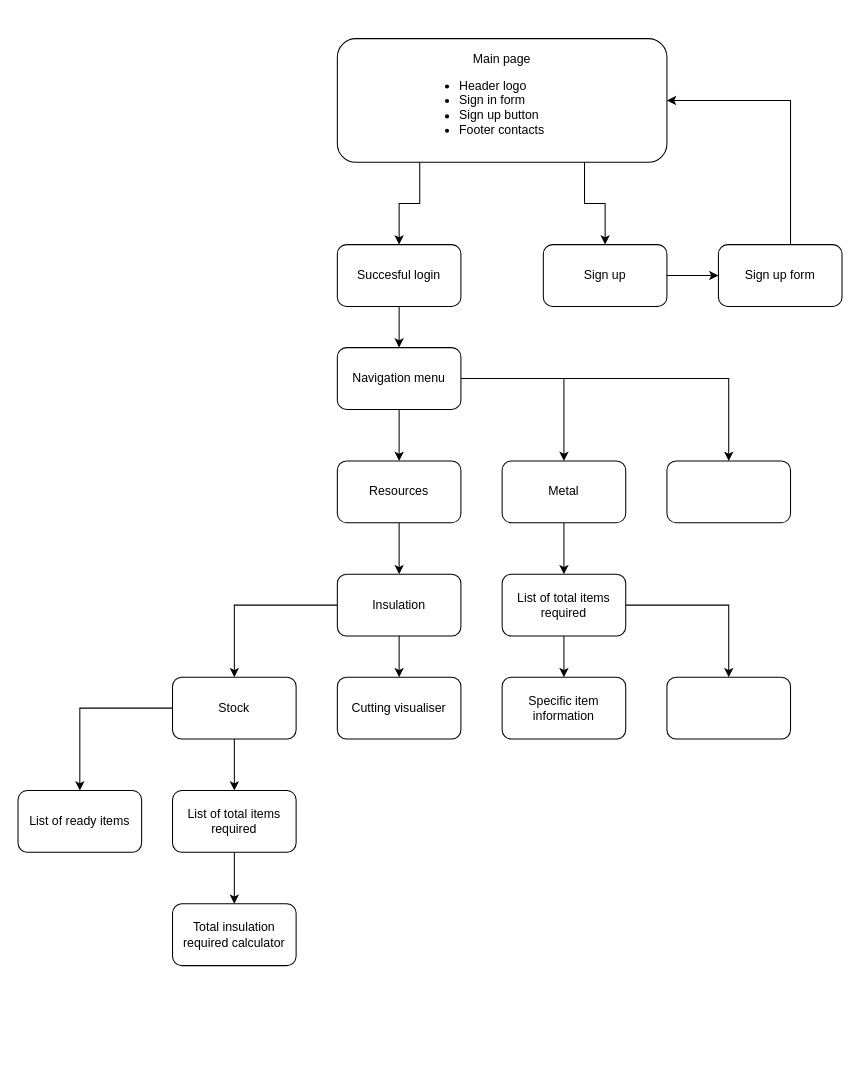
Earlier version of the draw.io diagram Диаграмма без названия.drawio (bambiq9/draw.io). Source tidied: cells renumbered, new cells numbered last; positions are measured from the earlier drawing's top-left corner, leaving out a move shared by most shapes. Both pictures are drawn from the tidied source at 103%, with x=0, y=0 at pixel (18, 38).
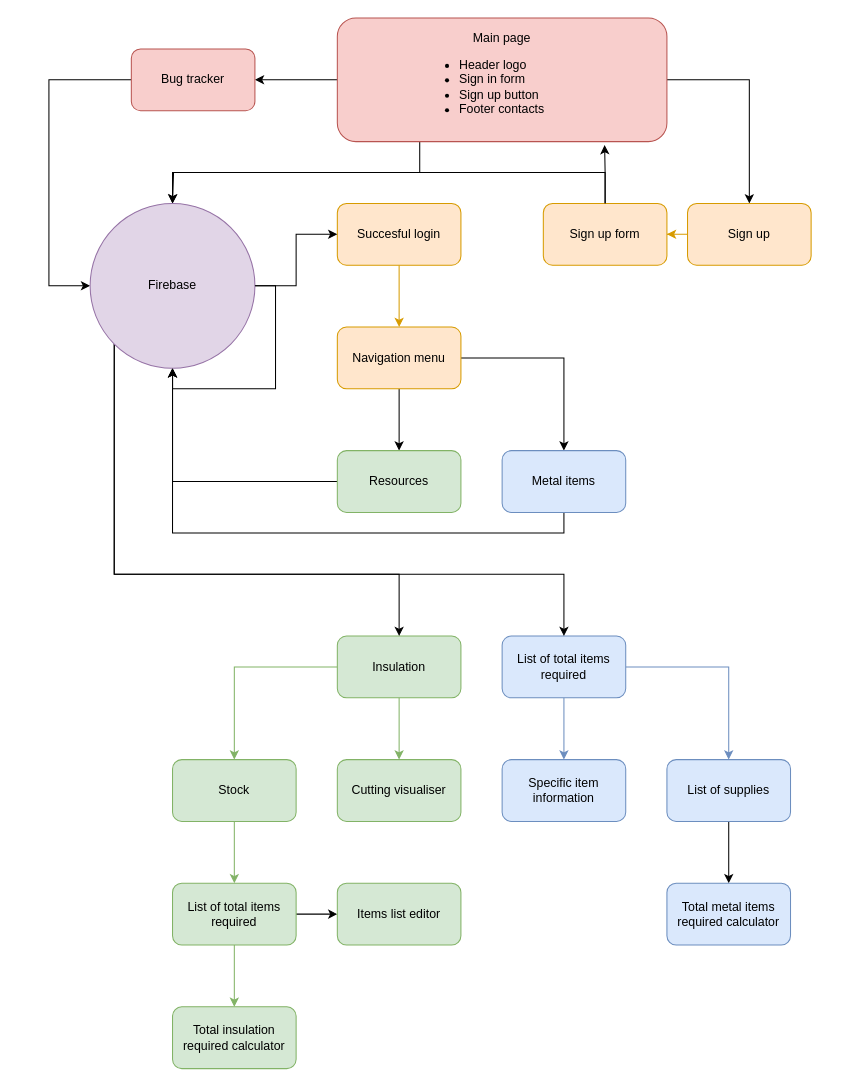
The same diagram, later.

What changed in the source:
```diff
@@
-    <mxCell id="2" style="edgeStyle=orthogonalEdgeStyle;rounded=0;jettySize=auto;html=1;exitX=0.25;exitY=1;exitDx=0;exitDy=0;entryX=0.5;entryY=0;entryDx=0;entryDy=0;" parent="1" edge="1" source="4" target="6">
-      <mxGeometry relative="1" as="geometry" />
-    </mxCell>
+    <mxCell id="36" style="edgeStyle=orthogonalEdgeStyle;rounded=0;jettySize=auto;html=1;" parent="1" edge="1" source="4" target="44">
+      <mxGeometry relative="1" as="geometry" />
+    </mxCell>
+    <mxCell id="37" style="edgeStyle=orthogonalEdgeStyle;rounded=0;jettySize=auto;html=1;exitX=0.25;exitY=1;exitDx=0;exitDy=0;" parent="1" edge="1" source="4" target="50">
+      <mxGeometry relative="1" as="geometry" />
+    </mxCell>
-    <mxCell id="3" style="edgeStyle=orthogonalEdgeStyle;rounded=0;jettySize=auto;html=1;exitX=0.75;exitY=1;exitDx=0;exitDy=0;entryX=0.5;entryY=0;entryDx=0;entryDy=0;" parent="1" edge="1" source="4" target="8">
+    <mxCell id="3" style="edgeStyle=orthogonalEdgeStyle;rounded=0;jettySize=auto;html=1;exitX=1;exitY=0.5;exitDx=0;exitDy=0;entryX=0.5;entryY=0;entryDx=0;entryDy=0;" parent="1" edge="1" source="4" target="8">
       <mxGeometry relative="1" as="geometry" />
     </mxCell>
-    <mxCell id="4" value="Main page&lt;br&gt;&lt;ul style=&quot;padding-left: 0px;&quot;&gt;&lt;li style=&quot;text-align: left;&quot;&gt;Header logo&lt;/li&gt;&lt;li style=&quot;text-align: left;&quot;&gt;Sign in form&lt;/li&gt;&lt;li style=&quot;text-align: left;&quot;&gt;Sign up button&lt;/li&gt;&lt;li style=&quot;text-align: left;&quot;&gt;Footer contacts&lt;/li&gt;&lt;/ul&gt;" style="rounded=1;whiteSpace=wrap;html=1;align=center;" parent="1" vertex="1">
-      <mxGeometry x="310" width="320" height="120" as="geometry" />
+    <mxCell id="4" value="Main page&lt;br&gt;&lt;ul style=&quot;padding-left: 0px;&quot;&gt;&lt;li style=&quot;text-align: left;&quot;&gt;Header logo&lt;/li&gt;&lt;li style=&quot;text-align: left;&quot;&gt;Sign in form&lt;/li&gt;&lt;li style=&quot;text-align: left;&quot;&gt;Sign up button&lt;/li&gt;&lt;li style=&quot;text-align: left;&quot;&gt;Footer contacts&lt;/li&gt;&lt;/ul&gt;" style="rounded=1;whiteSpace=wrap;html=1;align=center;fillColor=#f8cecc;strokeColor=#b85450;" parent="1" vertex="1">
+      <mxGeometry x="310" y="-20" width="320" height="120" as="geometry" />
     </mxCell>
-    <mxCell id="5" style="edgeStyle=orthogonalEdgeStyle;rounded=0;jettySize=auto;html=1;" parent="1" edge="1" source="6" target="12">
+    <mxCell id="5" style="edgeStyle=orthogonalEdgeStyle;rounded=0;jettySize=auto;html=1;fillColor=#ffe6cc;strokeColor=#d79b00;" parent="1" edge="1" source="6" target="12">
       <mxGeometry relative="1" as="geometry" />
     </mxCell>
-    <mxCell id="6" value="Succesful login" style="rounded=1;whiteSpace=wrap;html=1;" parent="1" vertex="1">
-      <mxGeometry x="310" y="200" width="120" height="60" as="geometry" />
+    <mxCell id="6" value="Succesful login" style="rounded=1;whiteSpace=wrap;html=1;fillColor=#ffe6cc;strokeColor=#d79b00;" parent="1" vertex="1">
+      <mxGeometry x="310" y="160" width="120" height="60" as="geometry" />
     </mxCell>
-    <mxCell id="7" style="edgeStyle=orthogonalEdgeStyle;rounded=0;jettySize=auto;html=1;" parent="1" edge="1" source="8" target="14">
+    <mxCell id="7" style="edgeStyle=orthogonalEdgeStyle;rounded=0;jettySize=auto;html=1;fillColor=#ffe6cc;strokeColor=#d79b00;" parent="1" edge="1" source="8" target="14">
       <mxGeometry relative="1" as="geometry" />
     </mxCell>
-    <mxCell id="8" value="Sign up" style="rounded=1;whiteSpace=wrap;html=1;" parent="1" vertex="1">
-      <mxGeometry x="510" y="200" width="120" height="60" as="geometry" />
+    <mxCell id="8" value="Sign up" style="rounded=1;whiteSpace=wrap;html=1;fillColor=#ffe6cc;strokeColor=#d79b00;" parent="1" vertex="1">
+      <mxGeometry x="650" y="160" width="120" height="60" as="geometry" />
     </mxCell>
@@
-    <mxCell id="11" style="edgeStyle=orthogonalEdgeStyle;rounded=0;jettySize=auto;html=1;" parent="1" edge="1" source="12" target="19">
-      <mxGeometry relative="1" as="geometry" />
-    </mxCell>
-    <mxCell id="12" value="Navigation menu" style="whiteSpace=wrap;html=1;rounded=1;" parent="1" vertex="1">
-      <mxGeometry x="310" y="300" width="120" height="60" as="geometry" />
+    <mxCell id="12" value="Navigation menu" style="whiteSpace=wrap;html=1;rounded=1;fillColor=#ffe6cc;strokeColor=#d79b00;" parent="1" vertex="1">
+      <mxGeometry x="310" y="280" width="120" height="60" as="geometry" />
     </mxCell>
-    <mxCell id="13" style="edgeStyle=orthogonalEdgeStyle;rounded=0;jettySize=auto;html=1;entryX=1;entryY=0.5;entryDx=0;entryDy=0;" parent="1" edge="1" source="14" target="4">
-      <mxGeometry relative="1" as="geometry">
-        <Array as="points">
-          <mxPoint x="750" y="60" />
-        </Array>
-      </mxGeometry>
-    </mxCell>
+    <mxCell id="38" style="edgeStyle=orthogonalEdgeStyle;rounded=0;jettySize=auto;html=1;exitX=0.5;exitY=0;exitDx=0;exitDy=0;entryX=0.5;entryY=0;entryDx=0;entryDy=0;" parent="1" edge="1" source="14" target="50">
+      <mxGeometry relative="1" as="geometry">
+        <Array as="points">
+          <mxPoint x="570" y="130" />
+          <mxPoint x="151" y="130" />
+        </Array>
+      </mxGeometry>
+    </mxCell>
-    <mxCell id="14" value="Sign up form" style="whiteSpace=wrap;html=1;rounded=1;" parent="1" vertex="1">
-      <mxGeometry x="680" y="200" width="120" height="60" as="geometry" />
+    <mxCell id="14" value="Sign up form" style="whiteSpace=wrap;html=1;rounded=1;fillColor=#ffe6cc;strokeColor=#d79b00;" parent="1" vertex="1">
+      <mxGeometry x="510" y="160" width="120" height="60" as="geometry" />
     </mxCell>
-    <mxCell id="15" style="edgeStyle=orthogonalEdgeStyle;rounded=0;jettySize=auto;html=1;" parent="1" edge="1" source="16" target="22">
-      <mxGeometry relative="1" as="geometry" />
-    </mxCell>
+    <mxCell id="39" style="edgeStyle=orthogonalEdgeStyle;rounded=0;jettySize=auto;html=1;" parent="1" edge="1" source="16" target="50">
+      <mxGeometry relative="1" as="geometry" />
+    </mxCell>
-    <mxCell id="16" value="Resources" style="rounded=1;whiteSpace=wrap;html=1;" parent="1" vertex="1">
-      <mxGeometry x="310" y="410" width="120" height="60" as="geometry" />
+    <mxCell id="16" value="Resources" style="rounded=1;whiteSpace=wrap;html=1;fillColor=#d5e8d4;strokeColor=#82b366;" parent="1" vertex="1">
+      <mxGeometry x="310" y="400" width="120" height="60" as="geometry" />
     </mxCell>
-    <mxCell id="17" style="edgeStyle=orthogonalEdgeStyle;rounded=0;jettySize=auto;html=1;" parent="1" edge="1" source="18" target="33">
-      <mxGeometry relative="1" as="geometry" />
-    </mxCell>
+    <mxCell id="40" style="edgeStyle=orthogonalEdgeStyle;rounded=0;jettySize=auto;html=1;exitX=0.5;exitY=1;exitDx=0;exitDy=0;entryX=0.5;entryY=1;entryDx=0;entryDy=0;" parent="1" edge="1" source="18" target="50">
+      <mxGeometry relative="1" as="geometry" />
+    </mxCell>
-    <mxCell id="18" value="Metal" style="whiteSpace=wrap;html=1;rounded=1;" parent="1" vertex="1">
-      <mxGeometry x="470" y="410" width="120" height="60" as="geometry" />
+    <mxCell id="18" value="Metal items" style="whiteSpace=wrap;html=1;rounded=1;fillColor=#dae8fc;strokeColor=#6c8ebf;" parent="1" vertex="1">
+      <mxGeometry x="470" y="400" width="120" height="60" as="geometry" />
     </mxCell>
-    <mxCell id="19" style="whiteSpace=wrap;html=1;rounded=1;" parent="1" vertex="1">
-      <mxGeometry x="630" y="410" width="120" height="60" as="geometry" />
-    </mxCell>
-    <mxCell id="20" style="edgeStyle=orthogonalEdgeStyle;rounded=0;jettySize=auto;html=1;" parent="1" edge="1" source="22" target="25">
+    <mxCell id="20" style="edgeStyle=orthogonalEdgeStyle;rounded=0;jettySize=auto;html=1;fillColor=#d5e8d4;strokeColor=#82b366;" parent="1" edge="1" source="22" target="25">
       <mxGeometry relative="1" as="geometry" />
     </mxCell>
-    <mxCell id="21" style="edgeStyle=orthogonalEdgeStyle;rounded=0;jettySize=auto;html=1;" parent="1" edge="1" source="22" target="26">
+    <mxCell id="21" style="edgeStyle=orthogonalEdgeStyle;rounded=0;jettySize=auto;html=1;fillColor=#d5e8d4;strokeColor=#82b366;" parent="1" edge="1" source="22" target="26">
       <mxGeometry relative="1" as="geometry" />
     </mxCell>
-    <mxCell id="22" value="Insulation" style="whiteSpace=wrap;html=1;rounded=1;" parent="1" vertex="1">
-      <mxGeometry x="310" y="520" width="120" height="60" as="geometry" />
+    <mxCell id="22" value="Insulation" style="whiteSpace=wrap;html=1;rounded=1;fillColor=#d5e8d4;strokeColor=#82b366;" parent="1" vertex="1">
+      <mxGeometry x="310" y="580" width="120" height="60" as="geometry" />
     </mxCell>
-    <mxCell id="23" style="edgeStyle=orthogonalEdgeStyle;rounded=0;jettySize=auto;html=1;" parent="1" edge="1" source="25" target="27">
-      <mxGeometry relative="1" as="geometry" />
-    </mxCell>
-    <mxCell id="24" style="edgeStyle=orthogonalEdgeStyle;rounded=0;jettySize=auto;html=1;" parent="1" edge="1" source="25" target="29">
+    <mxCell id="24" style="edgeStyle=orthogonalEdgeStyle;rounded=0;jettySize=auto;html=1;fillColor=#d5e8d4;strokeColor=#82b366;" parent="1" edge="1" source="25" target="29">
       <mxGeometry relative="1" as="geometry" />
     </mxCell>
-    <mxCell id="25" value="Stock" style="whiteSpace=wrap;html=1;rounded=1;" parent="1" vertex="1">
-      <mxGeometry x="150" y="620" width="120" height="60" as="geometry" />
+    <mxCell id="25" value="Stock" style="whiteSpace=wrap;html=1;rounded=1;fillColor=#d5e8d4;strokeColor=#82b366;" parent="1" vertex="1">
+      <mxGeometry x="150" y="700" width="120" height="60" as="geometry" />
     </mxCell>
-    <mxCell id="26" value="Cutting visualiser" style="whiteSpace=wrap;html=1;rounded=1;" parent="1" vertex="1">
-      <mxGeometry x="310" y="620" width="120" height="60" as="geometry" />
+    <mxCell id="26" value="Cutting visualiser" style="whiteSpace=wrap;html=1;rounded=1;fillColor=#d5e8d4;strokeColor=#82b366;" parent="1" vertex="1">
+      <mxGeometry x="310" y="700" width="120" height="60" as="geometry" />
     </mxCell>
-    <mxCell id="27" value="List of ready items" style="rounded=1;whiteSpace=wrap;html=1;" parent="1" vertex="1">
-      <mxGeometry y="730" width="120" height="60" as="geometry" />
-    </mxCell>
-    <mxCell id="28" style="edgeStyle=orthogonalEdgeStyle;rounded=0;jettySize=auto;html=1;" parent="1" edge="1" source="29" target="30">
+    <mxCell id="28" style="edgeStyle=orthogonalEdgeStyle;rounded=0;jettySize=auto;html=1;fillColor=#d5e8d4;strokeColor=#82b366;" parent="1" edge="1" source="29" target="30">
       <mxGeometry relative="1" as="geometry" />
     </mxCell>
+    <mxCell id="41" style="edgeStyle=orthogonalEdgeStyle;rounded=0;jettySize=auto;html=1;" parent="1" edge="1" source="29" target="46">
+      <mxGeometry relative="1" as="geometry" />
+    </mxCell>
-    <mxCell id="29" value="List of total items required" style="whiteSpace=wrap;html=1;rounded=1;" parent="1" vertex="1">
-      <mxGeometry x="150" y="730" width="120" height="60" as="geometry" />
+    <mxCell id="29" value="List of total items required" style="whiteSpace=wrap;html=1;rounded=1;fillColor=#d5e8d4;strokeColor=#82b366;" parent="1" vertex="1">
+      <mxGeometry x="150" y="820" width="120" height="60" as="geometry" />
     </mxCell>
-    <mxCell id="30" value="Total insulation required calculator" style="whiteSpace=wrap;html=1;rounded=1;" parent="1" vertex="1">
-      <mxGeometry x="150" y="840" width="120" height="60" as="geometry" />
+    <mxCell id="30" value="Total insulation required calculator" style="whiteSpace=wrap;html=1;rounded=1;fillColor=#d5e8d4;strokeColor=#82b366;" parent="1" vertex="1">
+      <mxGeometry x="150" y="940" width="120" height="60" as="geometry" />
     </mxCell>
-    <mxCell id="31" style="edgeStyle=orthogonalEdgeStyle;rounded=0;jettySize=auto;html=1;" parent="1" edge="1" source="33" target="34">
+    <mxCell id="31" style="edgeStyle=orthogonalEdgeStyle;rounded=0;jettySize=auto;html=1;fillColor=#dae8fc;strokeColor=#6c8ebf;" parent="1" edge="1" source="33" target="34">
       <mxGeometry relative="1" as="geometry" />
     </mxCell>
-    <mxCell id="32" style="edgeStyle=orthogonalEdgeStyle;rounded=0;jettySize=auto;html=1;" parent="1" edge="1" source="33" target="35">
+    <mxCell id="32" style="edgeStyle=orthogonalEdgeStyle;rounded=0;jettySize=auto;html=1;fillColor=#dae8fc;strokeColor=#6c8ebf;" parent="1" edge="1" source="33" target="35">
       <mxGeometry relative="1" as="geometry" />
     </mxCell>
-    <mxCell id="33" value="List of total items required" style="whiteSpace=wrap;html=1;rounded=1;" parent="1" vertex="1">
-      <mxGeometry x="470" y="520" width="120" height="60" as="geometry" />
+    <mxCell id="33" value="List of total items required" style="whiteSpace=wrap;html=1;rounded=1;fillColor=#dae8fc;strokeColor=#6c8ebf;" parent="1" vertex="1">
+      <mxGeometry x="470" y="580" width="120" height="60" as="geometry" />
     </mxCell>
-    <mxCell id="34" value="Specific item information" style="whiteSpace=wrap;html=1;rounded=1;" parent="1" vertex="1">
-      <mxGeometry x="470" y="620" width="120" height="60" as="geometry" />
+    <mxCell id="34" value="Specific item information" style="whiteSpace=wrap;html=1;rounded=1;fillColor=#dae8fc;strokeColor=#6c8ebf;" parent="1" vertex="1">
+      <mxGeometry x="470" y="700" width="120" height="60" as="geometry" />
     </mxCell>
+    <mxCell id="42" style="edgeStyle=orthogonalEdgeStyle;rounded=0;jettySize=auto;html=1;" parent="1" edge="1" source="35" target="45">
+      <mxGeometry relative="1" as="geometry" />
+    </mxCell>
-    <mxCell id="35" style="whiteSpace=wrap;html=1;rounded=1;" parent="1" vertex="1">
-      <mxGeometry x="630" y="620" width="120" height="60" as="geometry" />
+    <mxCell id="35" value="List of supplies" style="whiteSpace=wrap;html=1;rounded=1;fillColor=#dae8fc;strokeColor=#6c8ebf;" parent="1" vertex="1">
+      <mxGeometry x="630" y="700" width="120" height="60" as="geometry" />
     </mxCell>
+    <mxCell id="43" style="edgeStyle=orthogonalEdgeStyle;rounded=0;jettySize=auto;html=1;exitX=0;exitY=0.5;exitDx=0;exitDy=0;entryX=0;entryY=0.5;entryDx=0;entryDy=0;" parent="1" edge="1" source="44" target="50">
+      <mxGeometry relative="1" as="geometry">
+        <Array as="points">
+          <mxPoint x="30" y="40" />
+          <mxPoint x="30" y="240" />
+        </Array>
+      </mxGeometry>
+    </mxCell>
+    <mxCell id="44" value="Bug tracker" style="whiteSpace=wrap;html=1;fillColor=#f8cecc;strokeColor=#b85450;rounded=1;" parent="1" vertex="1">
+      <mxGeometry x="110" y="10" width="120" height="60" as="geometry" />
+    </mxCell>
+    <mxCell id="45" value="Total metal items required calculator" style="whiteSpace=wrap;html=1;fillColor=#dae8fc;strokeColor=#6c8ebf;rounded=1;" parent="1" vertex="1">
+      <mxGeometry x="630" y="820" width="120" height="60" as="geometry" />
+    </mxCell>
+    <mxCell id="46" value="Items list editor" style="whiteSpace=wrap;html=1;fillColor=#d5e8d4;strokeColor=#82b366;rounded=1;" parent="1" vertex="1">
+      <mxGeometry x="310" y="820" width="120" height="60" as="geometry" />
+    </mxCell>
+    <mxCell id="47" style="edgeStyle=orthogonalEdgeStyle;rounded=0;jettySize=auto;html=1;exitX=0;exitY=1;exitDx=0;exitDy=0;entryX=0.5;entryY=0;entryDx=0;entryDy=0;" parent="1" edge="1" source="50" target="22">
+      <mxGeometry relative="1" as="geometry">
+        <Array as="points">
+          <mxPoint x="93" y="520" />
+          <mxPoint x="370" y="520" />
+        </Array>
+      </mxGeometry>
+    </mxCell>
+    <mxCell id="48" style="edgeStyle=orthogonalEdgeStyle;rounded=0;jettySize=auto;html=1;exitX=0;exitY=1;exitDx=0;exitDy=0;" parent="1" edge="1" source="50" target="33">
+      <mxGeometry relative="1" as="geometry">
+        <Array as="points">
+          <mxPoint x="93" y="520" />
+          <mxPoint x="530" y="520" />
+        </Array>
+      </mxGeometry>
+    </mxCell>
+    <mxCell id="49" style="edgeStyle=orthogonalEdgeStyle;rounded=0;jettySize=auto;html=1;exitX=1;exitY=0.5;exitDx=0;exitDy=0;entryX=0;entryY=0.5;entryDx=0;entryDy=0;" parent="1" edge="1" source="50" target="6">
+      <mxGeometry relative="1" as="geometry" />
+    </mxCell>
+    <mxCell id="50" value="Firebase" style="ellipse;whiteSpace=wrap;html=1;fillColor=#e1d5e7;strokeColor=#9673a6;rounded=1;" parent="1" vertex="1">
+      <mxGeometry x="70" y="160" width="160" height="160" as="geometry" />
+    </mxCell>
+    <mxCell id="51" style="edgeStyle=orthogonalEdgeStyle;rounded=0;orthogonalLoop=1;jettySize=auto;html=1;exitX=1;exitY=0.5;exitDx=0;exitDy=0;" parent="1" edge="1" source="50" target="50">
+      <mxGeometry relative="1" as="geometry" />
+    </mxCell>
+    <mxCell id="13" style="edgeStyle=orthogonalEdgeStyle;rounded=0;jettySize=auto;html=1;exitX=0.5;exitY=0;exitDx=0;exitDy=0;entryX=0.811;entryY=1.028;entryDx=0;entryDy=0;entryPerimeter=0;" parent="1" edge="1" source="14" target="4">
+      <mxGeometry relative="1" as="geometry" />
+    </mxCell>
```
